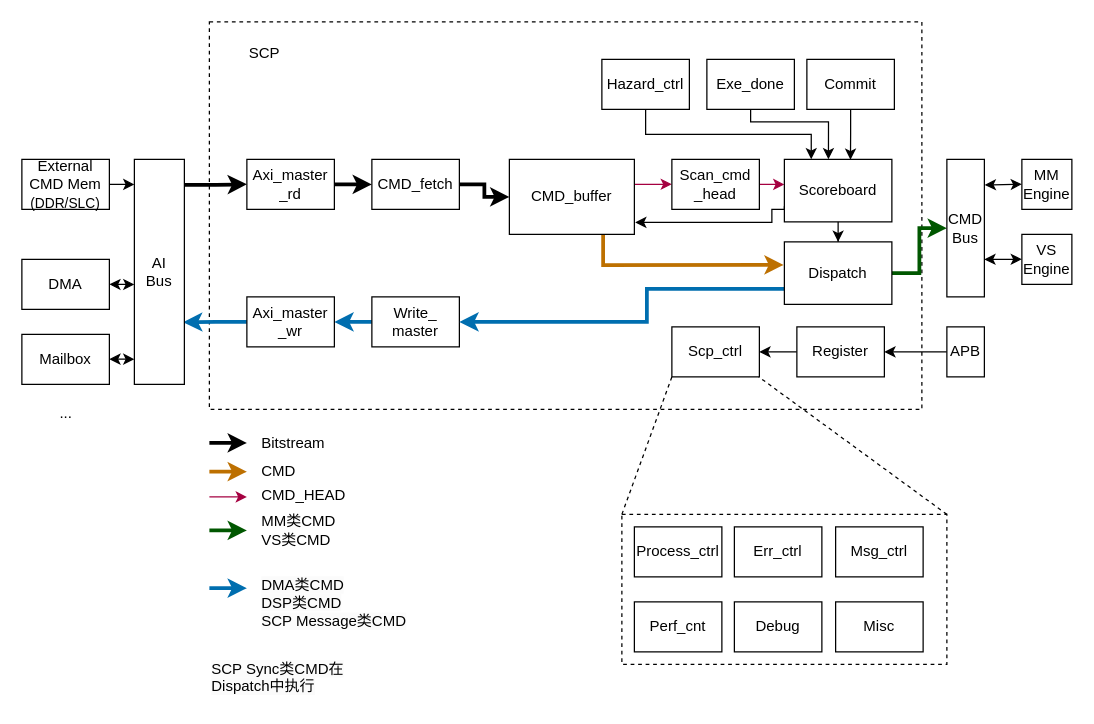
HelmutXie/blake2 keeps this draw.io diagram as page "Block diagram" (1 of 10) of SCP.drawio. Above is the earlier version. Source tidied: cells renumbered, new cells numbered last; positions are measured from the earlier drawing's top-left corner, leaving out a move shared by most shapes. Both pictures are drawn from the tidied source at 125%, with x=0, y=0 at pixel (21, 21).
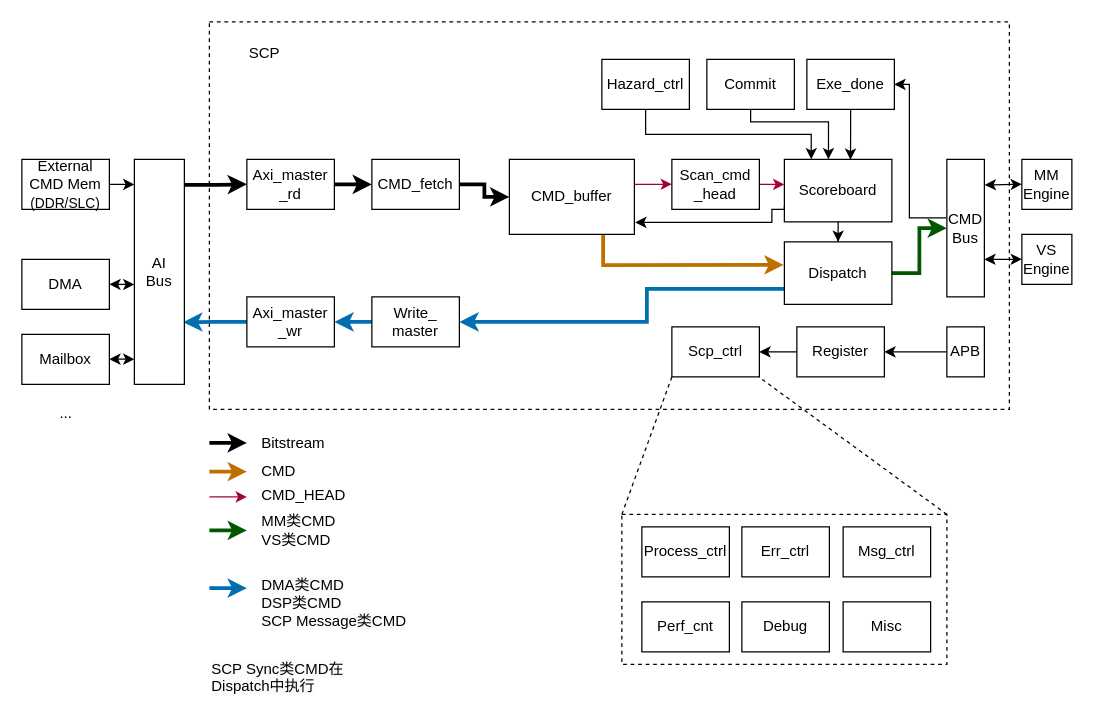
Above is the later version.

The change refers to these unchanged cells:
```xml
<mxCell id="30" value="CMD&lt;br&gt;Bus" style="rounded=0;whiteSpace=wrap;html=1;" parent="1" vertex="1">
  <mxGeometry x="740" y="110" width="30" height="110" as="geometry" />
</mxCell>
```

Diff of the diagram source:
```diff
@@
     <mxCell id="2" style="rounded=0;whiteSpace=wrap;html=1;dashed=1;" parent="1" vertex="1">
-      <mxGeometry x="150" width="570" height="310" as="geometry" />
+      <mxGeometry x="150" width="640" height="310" as="geometry" />
     </mxCell>
@@
+    <mxCell id="68" style="edgeStyle=orthogonalEdgeStyle;rounded=0;jettySize=auto;html=1;entryX=1;entryY=0.5;entryDx=0;entryDy=0;exitX=-0.015;exitY=0.425;exitDx=0;exitDy=0;exitPerimeter=0;" parent="1" edge="1" source="30" target="64">
+      <mxGeometry relative="1" as="geometry">
+        <Array as="points">
+          <mxPoint x="710" y="157" />
+          <mxPoint x="710" y="50" />
+        </Array>
+      </mxGeometry>
+    </mxCell>
@@
     <mxCell id="33" value="Err_ctrl" style="rounded=0;whiteSpace=wrap;html=1;" parent="1" vertex="1">
-      <mxGeometry x="570" y="404" width="70" height="40" as="geometry" />
+      <mxGeometry x="576" y="404" width="70" height="40" as="geometry" />
     </mxCell>
     <mxCell id="34" value="Msg_ctrl" style="rounded=0;whiteSpace=wrap;html=1;" parent="1" vertex="1">
-      <mxGeometry x="651" y="404" width="70" height="40" as="geometry" />
+      <mxGeometry x="657" y="404" width="70" height="40" as="geometry" />
     </mxCell>
     <mxCell id="35" value="Perf_cnt" style="rounded=0;whiteSpace=wrap;html=1;" parent="1" vertex="1">
-      <mxGeometry x="490" y="464" width="70" height="40" as="geometry" />
+      <mxGeometry x="496" y="464" width="70" height="40" as="geometry" />
     </mxCell>
     <mxCell id="36" value="Process_ctrl" style="rounded=0;whiteSpace=wrap;html=1;" parent="1" vertex="1">
-      <mxGeometry x="490" y="404" width="70" height="40" as="geometry" />
+      <mxGeometry x="496" y="404" width="70" height="40" as="geometry" />
     </mxCell>
     <mxCell id="37" value="Debug" style="rounded=0;whiteSpace=wrap;html=1;" parent="1" vertex="1">
-      <mxGeometry x="570" y="464" width="70" height="40" as="geometry" />
+      <mxGeometry x="576" y="464" width="70" height="40" as="geometry" />
     </mxCell>
@@
     <mxCell id="40" value="Misc" style="rounded=0;whiteSpace=wrap;html=1;" parent="1" vertex="1">
-      <mxGeometry x="651" y="464" width="70" height="40" as="geometry" />
+      <mxGeometry x="657" y="464" width="70" height="40" as="geometry" />
     </mxCell>
@@
-    <mxCell id="64" value="Commit" style="rounded=0;whiteSpace=wrap;html=1;" parent="1" vertex="1">
+    <mxCell id="64" value="Exe_done" style="rounded=0;whiteSpace=wrap;html=1;" parent="1" vertex="1">
       <mxGeometry x="628" y="30" width="70" height="40" as="geometry" />
     </mxCell>
@@
-    <mxCell id="66" value="Exe_done" style="rounded=0;whiteSpace=wrap;html=1;" parent="1" vertex="1">
+    <mxCell id="66" value="Commit" style="rounded=0;whiteSpace=wrap;html=1;" parent="1" vertex="1">
       <mxGeometry x="548" y="30" width="70" height="40" as="geometry" />
     </mxCell>
```
